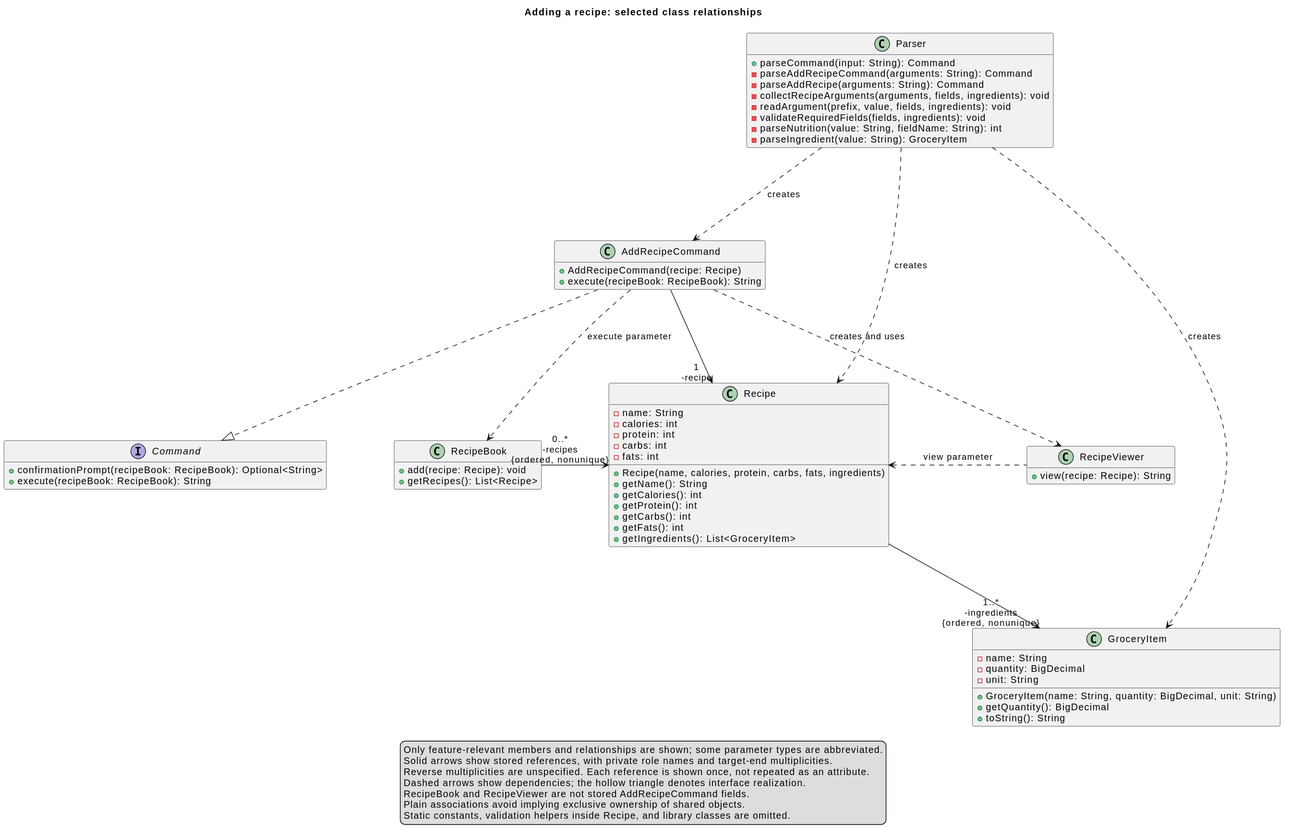
Above: docs/images/add-recipe/classes.svg in AY2627S1-CS2113-W13-4/tp (PlantUML), before the change.
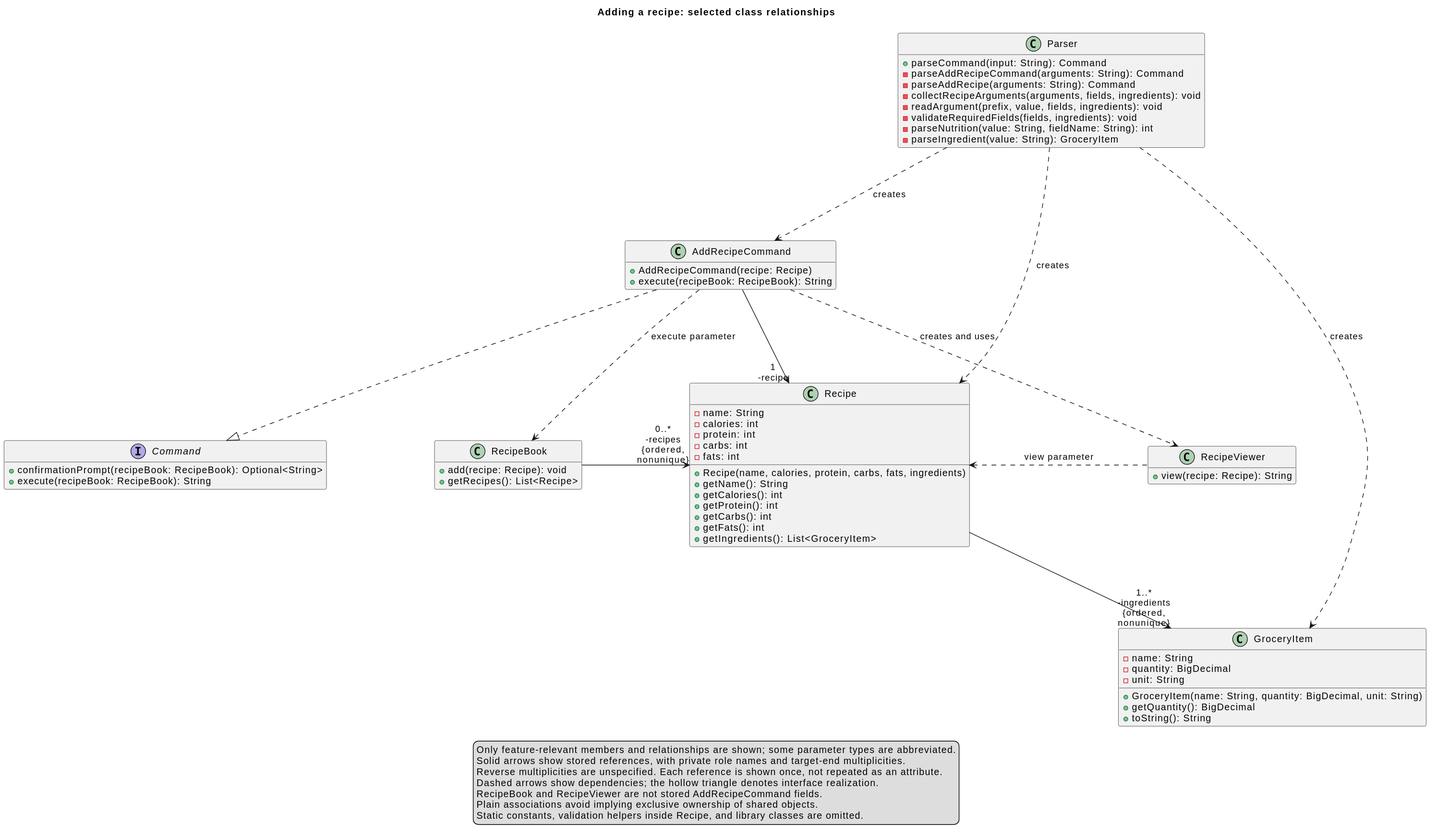
After the change.

Commit message:
Updated the class diagram layout for add-recipe

What changed in the source:
```diff
@@ -2,7 +2,7 @@
 !pragma layout smetana
 title Adding a recipe: selected class relationships
 top to bottom direction
-skinparam nodesep 100
+skinparam nodesep 160
 skinparam ranksep 120
 hide empty members
 
@@ -62,8 +62,8 @@
 AddRecipeCommand ..> RecipeBook : execute parameter
 AddRecipeCommand ..> RecipeViewer : creates and uses
 RecipeViewer .left.> Recipe : view parameter
-RecipeBook -right-> "0..*\n-recipes\n{ordered, nonunique}" Recipe
-Recipe -down-> "1..*\n-ingredients\n{ordered, nonunique}" GroceryItem
+RecipeBook -right-> "0..*\n-recipes\n{ordered,\nnonunique}" Recipe
+Recipe -down-> "1..*\n-ingredients\n{ordered,\nnonunique}" GroceryItem
 
 legend bottom
   Only feature-relevant members and relationships are shown; some parameter types are abbreviated.
```
